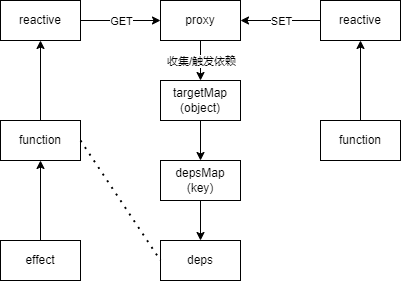
This is docs/.vuepress/public/images/VUE3SourceCode/reactivity-reactive.drawio.png from Roman-29/Blog, a draw.io export, as it was before one commit. Source tidied: cells renumbered, new cells last; positions are measured from the earlier drawing's top-left corner, leaving out a move shared by most shapes. Source of this version:
```xml
<mxGraphModel>
  <root>
    <mxCell id="0" />
    <mxCell id="1" parent="0" />
    <mxCell id="2" value="reactive" style="rounded=0;whiteSpace=wrap;html=1;" parent="1" vertex="1">
      <mxGeometry width="80" height="40" as="geometry" />
    </mxCell>
    <mxCell id="3" value="effect" style="rounded=0;whiteSpace=wrap;html=1;" parent="1" vertex="1">
      <mxGeometry y="240" width="80" height="40" as="geometry" />
    </mxCell>
    <mxCell id="4" value="function" style="rounded=0;whiteSpace=wrap;html=1;" parent="1" vertex="1">
      <mxGeometry y="120" width="80" height="40" as="geometry" />
    </mxCell>
    <mxCell id="5" style="endArrow=classic;html=1;entryX=0.5;entryY=1;entryDx=0;entryDy=0;exitX=0.5;exitY=0;exitDx=0;exitDy=0;" parent="1" edge="1" source="3" target="4">
      <mxGeometry relative="1" as="geometry" />
    </mxCell>
    <mxCell id="6" style="endArrow=classic;html=1;entryX=0.5;entryY=1;entryDx=0;entryDy=0;exitX=0.5;exitY=0;exitDx=0;exitDy=0;" parent="1" edge="1" source="4" target="2">
      <mxGeometry relative="1" as="geometry" />
    </mxCell>
    <mxCell id="7" value="targetMap&lt;br&gt;(object)" style="rounded=0;whiteSpace=wrap;html=1;" parent="1" vertex="1">
      <mxGeometry x="160" y="80" width="80" height="40" as="geometry" />
    </mxCell>
    <mxCell id="8" style="endArrow=classic;html=1;exitX=0.5;exitY=1;exitDx=0;exitDy=0;entryX=0.5;entryY=0;entryDx=0;entryDy=0;" parent="1" edge="1" source="16" target="7">
      <mxGeometry relative="1" as="geometry" />
    </mxCell>
    <mxCell id="9" value="收集/触发依赖" style="edgeLabel;html=1;align=center;verticalAlign=middle;" parent="8" vertex="1">
      <mxGeometry x="0.23" y="1" relative="1" as="geometry">
        <mxPoint x="-1" y="-5" as="offset" />
      </mxGeometry>
    </mxCell>
    <mxCell id="10" value="reactive" style="rounded=0;whiteSpace=wrap;html=1;" parent="1" vertex="1">
      <mxGeometry x="320" width="80" height="40" as="geometry" />
    </mxCell>
    <mxCell id="11" style="endArrow=classic;html=1;entryX=0.5;entryY=1;entryDx=0;entryDy=0;exitX=0.5;exitY=0;exitDx=0;exitDy=0;" parent="1" edge="1" source="19" target="10">
      <mxGeometry relative="1" as="geometry" />
    </mxCell>
    <mxCell id="12" value="depsMap&lt;br&gt;(key)" style="rounded=0;whiteSpace=wrap;html=1;" parent="1" vertex="1">
      <mxGeometry x="160" y="160" width="80" height="40" as="geometry" />
    </mxCell>
    <mxCell id="13" style="endArrow=classic;html=1;exitX=0.5;exitY=1;exitDx=0;exitDy=0;entryX=0.5;entryY=0;entryDx=0;entryDy=0;" parent="1" edge="1" source="7" target="12">
      <mxGeometry relative="1" as="geometry" />
    </mxCell>
    <mxCell id="14" value="deps" style="rounded=0;whiteSpace=wrap;html=1;" parent="1" vertex="1">
      <mxGeometry x="160" y="240" width="80" height="40" as="geometry" />
    </mxCell>
    <mxCell id="15" style="endArrow=classic;html=1;exitX=0.5;exitY=1;exitDx=0;exitDy=0;entryX=0.5;entryY=0;entryDx=0;entryDy=0;" parent="1" edge="1" source="12" target="14">
      <mxGeometry relative="1" as="geometry" />
    </mxCell>
    <mxCell id="16" value="proxy" style="rounded=0;whiteSpace=wrap;html=1;" parent="1" vertex="1">
      <mxGeometry x="160" width="80" height="40" as="geometry" />
    </mxCell>
    <mxCell id="17" style="endArrow=classic;html=1;entryX=0;entryY=0.5;entryDx=0;entryDy=0;exitX=1;exitY=0.5;exitDx=0;exitDy=0;" parent="1" edge="1" source="2" target="16">
      <mxGeometry relative="1" as="geometry" />
    </mxCell>
    <mxCell id="18" value="GET" style="edgeLabel;html=1;align=center;verticalAlign=middle;" parent="17" vertex="1">
      <mxGeometry x="-0.36" y="4" relative="1" as="geometry">
        <mxPoint x="15" y="4" as="offset" />
      </mxGeometry>
    </mxCell>
    <mxCell id="19" value="function" style="rounded=0;whiteSpace=wrap;html=1;" parent="1" vertex="1">
      <mxGeometry x="320" y="120" width="80" height="40" as="geometry" />
    </mxCell>
    <mxCell id="20" style="endArrow=classic;html=1;entryX=1;entryY=0.5;entryDx=0;entryDy=0;exitX=0;exitY=0.5;exitDx=0;exitDy=0;" parent="1" edge="1" source="10" target="16">
      <mxGeometry relative="1" as="geometry" />
    </mxCell>
    <mxCell id="21" value="SET" style="edgeLabel;html=1;align=center;verticalAlign=middle;" parent="20" vertex="1">
      <mxGeometry x="-0.28" y="2" relative="1" as="geometry">
        <mxPoint x="-11" y="-2" as="offset" />
      </mxGeometry>
    </mxCell>
    <mxCell id="22" style="endArrow=none;dashed=1;html=1;dashPattern=1 3;strokeWidth=2;entryX=0;entryY=0.5;entryDx=0;entryDy=0;exitX=1;exitY=0.5;exitDx=0;exitDy=0;" parent="1" edge="1" source="4" target="14">
      <mxGeometry relative="1" as="geometry" />
    </mxCell>
  </root>
</mxGraphModel>
```
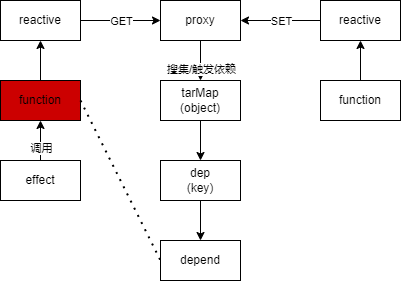
Later version of the same file.

The edit, as a diff of the source:
```diff
@@ -2,74 +2,75 @@
   <root>
     <mxCell id="0" />
     <mxCell id="1" parent="0" />
-    <mxCell id="2" value="reactive" style="rounded=0;whiteSpace=wrap;html=1;" parent="1" vertex="1">
-      <mxGeometry width="80" height="40" as="geometry" />
-    </mxCell>
+    <mxCell id="23" style="edgeStyle=none;html=1;entryX=0.5;entryY=0;entryDx=0;entryDy=0;exitX=0.5;exitY=1;exitDx=0;exitDy=0;" parent="1" edge="1" source="16" target="34">
+      <mxGeometry relative="1" as="geometry" />
+    </mxCell>
+    <mxCell id="24" value="搜集/触发依赖" style="edgeLabel;html=1;align=center;verticalAlign=middle;" parent="23" vertex="1">
+      <mxGeometry x="0.39" relative="1" as="geometry" />
+    </mxCell>
+    <mxCell id="16" value="proxy" style="rounded=0;whiteSpace=wrap;html=1;" parent="1" vertex="1">
+      <mxGeometry x="600" width="80" height="40" as="geometry" />
+    </mxCell>
+    <mxCell id="25" style="edgeStyle=none;html=1;" parent="1" edge="1" source="3" target="28">
+      <mxGeometry relative="1" as="geometry" />
+    </mxCell>
+    <mxCell id="26" value="调用" style="edgeLabel;html=1;align=center;verticalAlign=middle;" parent="25" vertex="1">
+      <mxGeometry x="-0.36" relative="1" as="geometry" />
+    </mxCell>
     <mxCell id="3" value="effect" style="rounded=0;whiteSpace=wrap;html=1;" parent="1" vertex="1">
-      <mxGeometry y="240" width="80" height="40" as="geometry" />
+      <mxGeometry x="440" y="160" width="80" height="40" as="geometry" />
     </mxCell>
-    <mxCell id="4" value="function" style="rounded=0;whiteSpace=wrap;html=1;" parent="1" vertex="1">
-      <mxGeometry y="120" width="80" height="40" as="geometry" />
-    </mxCell>
-    <mxCell id="5" style="endArrow=classic;html=1;entryX=0.5;entryY=1;entryDx=0;entryDy=0;exitX=0.5;exitY=0;exitDx=0;exitDy=0;" parent="1" edge="1" source="3" target="4">
-      <mxGeometry relative="1" as="geometry" />
-    </mxCell>
-    <mxCell id="6" style="endArrow=classic;html=1;entryX=0.5;entryY=1;entryDx=0;entryDy=0;exitX=0.5;exitY=0;exitDx=0;exitDy=0;" parent="1" edge="1" source="4" target="2">
-      <mxGeometry relative="1" as="geometry" />
-    </mxCell>
-    <mxCell id="7" value="targetMap&lt;br&gt;(object)" style="rounded=0;whiteSpace=wrap;html=1;" parent="1" vertex="1">
-      <mxGeometry x="160" y="80" width="80" height="40" as="geometry" />
-    </mxCell>
-    <mxCell id="8" style="endArrow=classic;html=1;exitX=0.5;exitY=1;exitDx=0;exitDy=0;entryX=0.5;entryY=0;entryDx=0;entryDy=0;" parent="1" edge="1" source="16" target="7">
-      <mxGeometry relative="1" as="geometry" />
-    </mxCell>
-    <mxCell id="9" value="收集/触发依赖" style="edgeLabel;html=1;align=center;verticalAlign=middle;" parent="8" vertex="1">
-      <mxGeometry x="0.23" y="1" relative="1" as="geometry">
-        <mxPoint x="-1" y="-5" as="offset" />
-      </mxGeometry>
-    </mxCell>
-    <mxCell id="10" value="reactive" style="rounded=0;whiteSpace=wrap;html=1;" parent="1" vertex="1">
-      <mxGeometry x="320" width="80" height="40" as="geometry" />
-    </mxCell>
-    <mxCell id="11" style="endArrow=classic;html=1;entryX=0.5;entryY=1;entryDx=0;entryDy=0;exitX=0.5;exitY=0;exitDx=0;exitDy=0;" parent="1" edge="1" source="19" target="10">
-      <mxGeometry relative="1" as="geometry" />
-    </mxCell>
-    <mxCell id="12" value="depsMap&lt;br&gt;(key)" style="rounded=0;whiteSpace=wrap;html=1;" parent="1" vertex="1">
-      <mxGeometry x="160" y="160" width="80" height="40" as="geometry" />
-    </mxCell>
-    <mxCell id="13" style="endArrow=classic;html=1;exitX=0.5;exitY=1;exitDx=0;exitDy=0;entryX=0.5;entryY=0;entryDx=0;entryDy=0;" parent="1" edge="1" source="7" target="12">
-      <mxGeometry relative="1" as="geometry" />
-    </mxCell>
-    <mxCell id="14" value="deps" style="rounded=0;whiteSpace=wrap;html=1;" parent="1" vertex="1">
-      <mxGeometry x="160" y="240" width="80" height="40" as="geometry" />
-    </mxCell>
-    <mxCell id="15" style="endArrow=classic;html=1;exitX=0.5;exitY=1;exitDx=0;exitDy=0;entryX=0.5;entryY=0;entryDx=0;entryDy=0;" parent="1" edge="1" source="12" target="14">
-      <mxGeometry relative="1" as="geometry" />
-    </mxCell>
-    <mxCell id="16" value="proxy" style="rounded=0;whiteSpace=wrap;html=1;" parent="1" vertex="1">
-      <mxGeometry x="160" width="80" height="40" as="geometry" />
-    </mxCell>
-    <mxCell id="17" style="endArrow=classic;html=1;entryX=0;entryY=0.5;entryDx=0;entryDy=0;exitX=1;exitY=0.5;exitDx=0;exitDy=0;" parent="1" edge="1" source="2" target="16">
-      <mxGeometry relative="1" as="geometry" />
-    </mxCell>
+    <mxCell id="27" style="edgeStyle=none;html=1;" parent="1" edge="1" source="28" target="30">
+      <mxGeometry relative="1" as="geometry" />
+    </mxCell>
+    <mxCell id="28" value="function" style="rounded=0;whiteSpace=wrap;html=1;fillColor=#CC0000;" parent="1" vertex="1">
+      <mxGeometry x="440" y="80" width="80" height="40" as="geometry" />
+    </mxCell>
+    <mxCell id="29" style="edgeStyle=none;html=1;exitX=1;exitY=0.5;exitDx=0;exitDy=0;entryX=0;entryY=0.5;entryDx=0;entryDy=0;" parent="1" edge="1" source="30" target="16">
+      <mxGeometry relative="1" as="geometry" />
+    </mxCell>
-    <mxCell id="18" value="GET" style="edgeLabel;html=1;align=center;verticalAlign=middle;" parent="17" vertex="1">
-      <mxGeometry x="-0.36" y="4" relative="1" as="geometry">
-        <mxPoint x="15" y="4" as="offset" />
+    <mxCell id="18" value="GET" style="edgeLabel;html=1;align=center;verticalAlign=middle;" parent="29" vertex="1">
+      <mxGeometry x="0.52" y="-2" relative="1" as="geometry">
+        <mxPoint x="-21" y="-2" as="offset" />
       </mxGeometry>
     </mxCell>
-    <mxCell id="19" value="function" style="rounded=0;whiteSpace=wrap;html=1;" parent="1" vertex="1">
-      <mxGeometry x="320" y="120" width="80" height="40" as="geometry" />
-    </mxCell>
-    <mxCell id="20" style="endArrow=classic;html=1;entryX=1;entryY=0.5;entryDx=0;entryDy=0;exitX=0;exitY=0.5;exitDx=0;exitDy=0;" parent="1" edge="1" source="10" target="16">
-      <mxGeometry relative="1" as="geometry" />
-    </mxCell>
+    <mxCell id="30" value="reactive" style="rounded=0;whiteSpace=wrap;html=1;" parent="1" vertex="1">
+      <mxGeometry x="440" width="80" height="40" as="geometry" />
+    </mxCell>
+    <mxCell id="31" value="depend" style="rounded=0;whiteSpace=wrap;html=1;" parent="1" vertex="1">
+      <mxGeometry x="600" y="240" width="80" height="40" as="geometry" />
+    </mxCell>
+    <mxCell id="32" style="endArrow=none;dashed=1;html=1;dashPattern=1 3;strokeWidth=2;entryX=0;entryY=0.5;entryDx=0;entryDy=0;exitX=1;exitY=0.5;exitDx=0;exitDy=0;" parent="1" edge="1" source="28" target="31">
+      <mxGeometry relative="1" as="geometry" />
+    </mxCell>
+    <mxCell id="33" style="edgeStyle=none;html=1;exitX=0.5;exitY=1;exitDx=0;exitDy=0;entryX=0.5;entryY=0;entryDx=0;entryDy=0;" parent="1" edge="1" source="34" target="36">
+      <mxGeometry relative="1" as="geometry" />
+    </mxCell>
+    <mxCell id="34" value="tarMap&lt;br&gt;(object)" style="rounded=0;whiteSpace=wrap;html=1;" parent="1" vertex="1">
+      <mxGeometry x="600" y="80" width="80" height="40" as="geometry" />
+    </mxCell>
+    <mxCell id="35" style="edgeStyle=none;html=1;exitX=0.5;exitY=1;exitDx=0;exitDy=0;entryX=0.5;entryY=0;entryDx=0;entryDy=0;" parent="1" edge="1" source="36" target="31">
+      <mxGeometry relative="1" as="geometry" />
+    </mxCell>
+    <mxCell id="36" value="dep&lt;br&gt;(key)" style="rounded=0;whiteSpace=wrap;html=1;" parent="1" vertex="1">
+      <mxGeometry x="600" y="160" width="80" height="40" as="geometry" />
+    </mxCell>
+    <mxCell id="37" style="edgeStyle=none;html=1;exitX=0.5;exitY=0;exitDx=0;exitDy=0;entryX=0.5;entryY=1;entryDx=0;entryDy=0;" parent="1" edge="1" source="38" target="40">
+      <mxGeometry relative="1" as="geometry" />
+    </mxCell>
+    <mxCell id="38" value="function" style="rounded=0;whiteSpace=wrap;html=1;" parent="1" vertex="1">
+      <mxGeometry x="760" y="80" width="80" height="40" as="geometry" />
+    </mxCell>
+    <mxCell id="39" style="edgeStyle=none;html=1;exitX=0;exitY=0.5;exitDx=0;exitDy=0;entryX=1;entryY=0.5;entryDx=0;entryDy=0;" parent="1" edge="1" source="40" target="16">
+      <mxGeometry relative="1" as="geometry" />
+    </mxCell>
-    <mxCell id="21" value="SET" style="edgeLabel;html=1;align=center;verticalAlign=middle;" parent="20" vertex="1">
-      <mxGeometry x="-0.28" y="2" relative="1" as="geometry">
-        <mxPoint x="-11" y="-2" as="offset" />
+    <mxCell id="21" value="SET" style="edgeLabel;html=1;align=center;verticalAlign=middle;" parent="39" vertex="1">
+      <mxGeometry x="-0.51" y="1" relative="1" as="geometry">
+        <mxPoint x="-20" y="-1" as="offset" />
       </mxGeometry>
     </mxCell>
-    <mxCell id="22" style="endArrow=none;dashed=1;html=1;dashPattern=1 3;strokeWidth=2;entryX=0;entryY=0.5;entryDx=0;entryDy=0;exitX=1;exitY=0.5;exitDx=0;exitDy=0;" parent="1" edge="1" source="4" target="14">
-      <mxGeometry relative="1" as="geometry" />
-    </mxCell>
+    <mxCell id="40" value="reactive" style="rounded=0;whiteSpace=wrap;html=1;" parent="1" vertex="1">
+      <mxGeometry x="760" width="80" height="40" as="geometry" />
+    </mxCell>
   </root>
 </mxGraphModel>
```
